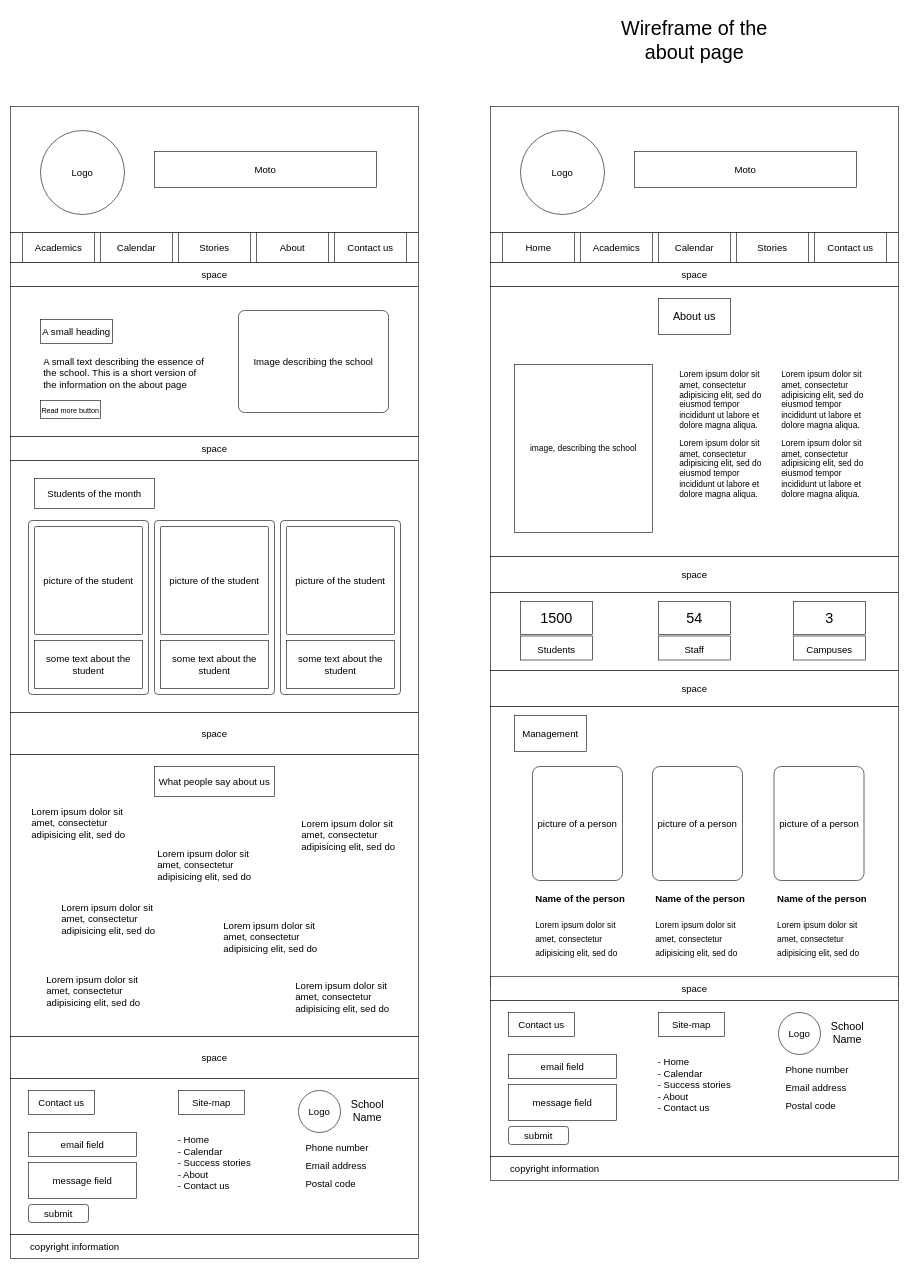
The draw.io diagram design/about_page_wireframe.drawio in sami-bre/UGR-0848-13, before the edit. Source tidied: cells renumbered, new cells numbered last; positions are measured from the earlier drawing's top-left corner, leaving out a move shared by most shapes. Both pictures are drawn from the tidied source at 60%, with x=0, y=0 at pixel (10, 10).
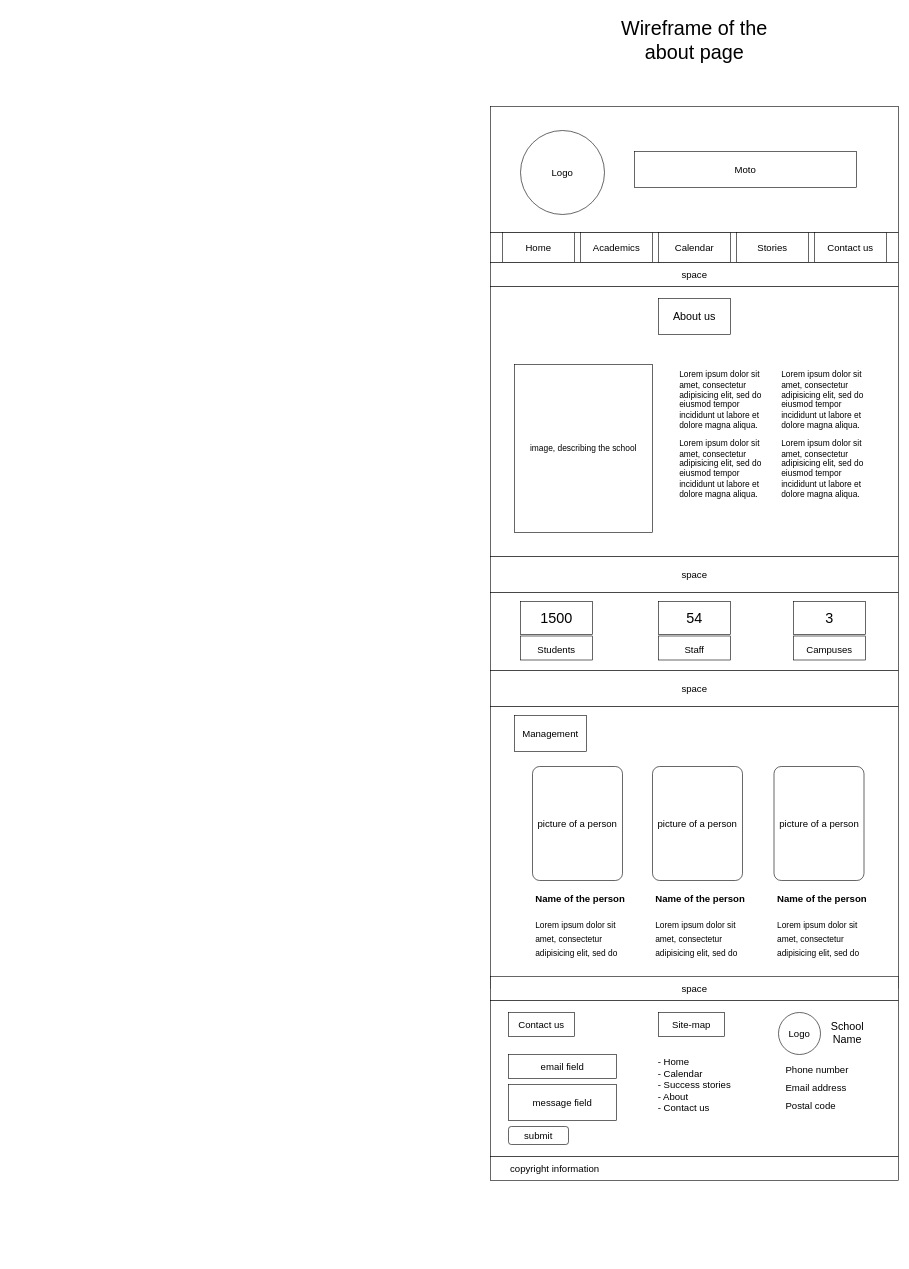
The same diagram, later.

What changed in the source:
```diff
@@
-    <mxCell id="2" style="rounded=0;whiteSpace=wrap;html=1;" parent="1" vertex="1">
-      <mxGeometry y="160" width="680" height="210" as="geometry" />
-    </mxCell>
-    <mxCell id="3" value="&lt;font style=&quot;font-size: 16px;&quot;&gt;Logo&lt;/font&gt;" style="ellipse;whiteSpace=wrap;html=1;" parent="1" vertex="1">
-      <mxGeometry x="50" y="200" width="140" height="140" as="geometry" />
-    </mxCell>
-    <mxCell id="4" value="Moto" style="rounded=0;whiteSpace=wrap;html=1;fontSize=16;" parent="1" vertex="1">
-      <mxGeometry x="240" y="235" width="370" height="60" as="geometry" />
-    </mxCell>
-    <mxCell id="5" style="rounded=0;whiteSpace=wrap;html=1;fontSize=16;" parent="1" vertex="1">
-      <mxGeometry y="370" width="680" height="50" as="geometry" />
-    </mxCell>
-    <mxCell id="6" value="Academics" style="rounded=0;whiteSpace=wrap;html=1;fontSize=16;" parent="1" vertex="1">
-      <mxGeometry x="20" y="370" width="120" height="50" as="geometry" />
-    </mxCell>
-    <mxCell id="7" value="Calendar" style="rounded=0;whiteSpace=wrap;html=1;fontSize=16;" parent="1" vertex="1">
-      <mxGeometry x="150" y="370" width="120" height="50" as="geometry" />
-    </mxCell>
-    <mxCell id="8" value="About" style="rounded=0;whiteSpace=wrap;html=1;fontSize=16;" parent="1" vertex="1">
-      <mxGeometry x="410" y="370" width="120" height="50" as="geometry" />
-    </mxCell>
-    <mxCell id="9" value="Contact us" style="rounded=0;whiteSpace=wrap;html=1;fontSize=16;" parent="1" vertex="1">
-      <mxGeometry x="540" y="370" width="120" height="50" as="geometry" />
-    </mxCell>
-    <mxCell id="10" style="rounded=0;whiteSpace=wrap;html=1;fontSize=16;" parent="1" vertex="1">
-      <mxGeometry y="460" width="680" height="250" as="geometry" />
-    </mxCell>
-    <mxCell id="11" value="Image describing the school" style="rounded=1;whiteSpace=wrap;html=1;fontSize=16;arcSize=6;" parent="1" vertex="1">
-      <mxGeometry x="380" y="500" width="250" height="170" as="geometry" />
-    </mxCell>
-    <mxCell id="12" value="space" style="rounded=0;whiteSpace=wrap;html=1;fontSize=16;" parent="1" vertex="1">
-      <mxGeometry y="420" width="680" height="40" as="geometry" />
-    </mxCell>
-    <mxCell id="13" value="&lt;p&gt;A small text describing the essence of the school. This is a short version of the information on the about page&lt;br&gt;&lt;/p&gt;" style="text;html=1;strokeColor=none;fillColor=none;spacing=5;spacingTop=-20;whiteSpace=wrap;overflow=hidden;rounded=0;fontSize=16;" parent="1" vertex="1">
-      <mxGeometry x="50" y="570" width="280" height="70" as="geometry" />
-    </mxCell>
-    <mxCell id="14" value="A small heading" style="rounded=0;whiteSpace=wrap;html=1;fontSize=16;" parent="1" vertex="1">
-      <mxGeometry x="50" y="515" width="120" height="40" as="geometry" />
-    </mxCell>
-    <mxCell id="15" value="&lt;font style=&quot;font-size: 12px;&quot;&gt;Read more button&lt;/font&gt;" style="rounded=0;whiteSpace=wrap;html=1;fontSize=16;" parent="1" vertex="1">
-      <mxGeometry x="50" y="650" width="100" height="30" as="geometry" />
-    </mxCell>
-    <mxCell id="16" style="rounded=0;whiteSpace=wrap;html=1;fontSize=12;" parent="1" vertex="1">
-      <mxGeometry y="750" width="680" height="420" as="geometry" />
-    </mxCell>
-    <mxCell id="17" value="&lt;font style=&quot;font-size: 16px;&quot;&gt;Students of the month&lt;/font&gt;" style="rounded=0;whiteSpace=wrap;html=1;fontSize=12;" parent="1" vertex="1">
-      <mxGeometry x="40" y="780" width="200" height="50" as="geometry" />
-    </mxCell>
-    <mxCell id="18" value="space" style="rounded=0;whiteSpace=wrap;html=1;fontSize=16;" parent="1" vertex="1">
-      <mxGeometry y="710" width="680" height="40" as="geometry" />
-    </mxCell>
-    <mxCell id="19" style="rounded=1;whiteSpace=wrap;html=1;fontSize=16;arcSize=3;" parent="1" vertex="1">
-      <mxGeometry x="30" y="850" width="200" height="290" as="geometry" />
-    </mxCell>
-    <mxCell id="20" value="picture of the student" style="rounded=1;whiteSpace=wrap;html=1;fontSize=16;arcSize=1;" parent="1" vertex="1">
-      <mxGeometry x="40" y="860" width="180" height="180" as="geometry" />
-    </mxCell>
-    <mxCell id="21" value="some text about the student" style="rounded=0;whiteSpace=wrap;html=1;fontSize=16;" parent="1" vertex="1">
-      <mxGeometry x="40" y="1050" width="180" height="80" as="geometry" />
-    </mxCell>
-    <mxCell id="22" style="rounded=1;whiteSpace=wrap;html=1;fontSize=16;arcSize=3;" parent="1" vertex="1">
-      <mxGeometry x="240" y="850" width="200" height="290" as="geometry" />
-    </mxCell>
-    <mxCell id="23" value="picture of the student" style="rounded=1;whiteSpace=wrap;html=1;fontSize=16;arcSize=1;" parent="1" vertex="1">
-      <mxGeometry x="250" y="860" width="180" height="180" as="geometry" />
-    </mxCell>
-    <mxCell id="24" value="some text about the student" style="rounded=0;whiteSpace=wrap;html=1;fontSize=16;" parent="1" vertex="1">
-      <mxGeometry x="250" y="1050" width="180" height="80" as="geometry" />
-    </mxCell>
-    <mxCell id="25" style="rounded=1;whiteSpace=wrap;html=1;fontSize=16;arcSize=3;" parent="1" vertex="1">
-      <mxGeometry x="450" y="850" width="200" height="290" as="geometry" />
-    </mxCell>
-    <mxCell id="26" value="picture of the student" style="rounded=1;whiteSpace=wrap;html=1;fontSize=16;arcSize=1;" parent="1" vertex="1">
-      <mxGeometry x="460" y="860" width="180" height="180" as="geometry" />
-    </mxCell>
-    <mxCell id="27" value="some text about the student" style="rounded=0;whiteSpace=wrap;html=1;fontSize=16;" parent="1" vertex="1">
-      <mxGeometry x="460" y="1050" width="180" height="80" as="geometry" />
-    </mxCell>
-    <mxCell id="28" value="space" style="rounded=0;whiteSpace=wrap;html=1;fontSize=16;" parent="1" vertex="1">
-      <mxGeometry y="1170" width="680" height="70" as="geometry" />
-    </mxCell>
-    <mxCell id="29" style="rounded=0;whiteSpace=wrap;html=1;fontSize=12;" parent="1" vertex="1">
-      <mxGeometry y="1240" width="680" height="470" as="geometry" />
-    </mxCell>
-    <mxCell id="30" value="&lt;font style=&quot;font-size: 16px;&quot;&gt;What people say about us&lt;/font&gt;" style="rounded=0;whiteSpace=wrap;html=1;fontSize=12;" parent="1" vertex="1">
-      <mxGeometry x="240" y="1260" width="200" height="50" as="geometry" />
-    </mxCell>
-    <mxCell id="31" value="&lt;p&gt;Lorem ipsum dolor sit amet, consectetur adipisicing elit, sed do &lt;br&gt;&lt;/p&gt;" style="text;html=1;strokeColor=none;fillColor=none;spacing=5;spacingTop=-20;whiteSpace=wrap;overflow=hidden;rounded=0;fontSize=16;" parent="1" vertex="1">
-      <mxGeometry x="30" y="1320" width="190" height="70" as="geometry" />
-    </mxCell>
-    <mxCell id="32" value="&lt;p&gt;Lorem ipsum dolor sit amet, consectetur adipisicing elit, sed do &lt;br&gt;&lt;/p&gt;" style="text;html=1;strokeColor=none;fillColor=none;spacing=5;spacingTop=-20;whiteSpace=wrap;overflow=hidden;rounded=0;fontSize=16;" parent="1" vertex="1">
-      <mxGeometry x="470" y="1610" width="190" height="70" as="geometry" />
-    </mxCell>
-    <mxCell id="33" value="&lt;p&gt;Lorem ipsum dolor sit amet, consectetur adipisicing elit, sed do &lt;br&gt;&lt;/p&gt;" style="text;html=1;strokeColor=none;fillColor=none;spacing=5;spacingTop=-20;whiteSpace=wrap;overflow=hidden;rounded=0;fontSize=16;" parent="1" vertex="1">
-      <mxGeometry x="240" y="1390" width="190" height="70" as="geometry" />
-    </mxCell>
-    <mxCell id="34" value="&lt;p&gt;Lorem ipsum dolor sit amet, consectetur adipisicing elit, sed do &lt;br&gt;&lt;/p&gt;" style="text;html=1;strokeColor=none;fillColor=none;spacing=5;spacingTop=-20;whiteSpace=wrap;overflow=hidden;rounded=0;fontSize=16;" parent="1" vertex="1">
-      <mxGeometry x="55" y="1600" width="190" height="70" as="geometry" />
-    </mxCell>
-    <mxCell id="35" value="&lt;p&gt;Lorem ipsum dolor sit amet, consectetur adipisicing elit, sed do &lt;br&gt;&lt;/p&gt;" style="text;html=1;strokeColor=none;fillColor=none;spacing=5;spacingTop=-20;whiteSpace=wrap;overflow=hidden;rounded=0;fontSize=16;" parent="1" vertex="1">
-      <mxGeometry x="480" y="1340" width="190" height="70" as="geometry" />
-    </mxCell>
-    <mxCell id="36" value="&lt;p&gt;Lorem ipsum dolor sit amet, consectetur adipisicing elit, sed do &lt;br&gt;&lt;/p&gt;" style="text;html=1;strokeColor=none;fillColor=none;spacing=5;spacingTop=-20;whiteSpace=wrap;overflow=hidden;rounded=0;fontSize=16;" parent="1" vertex="1">
-      <mxGeometry x="350" y="1510" width="190" height="70" as="geometry" />
-    </mxCell>
-    <mxCell id="37" value="&lt;p&gt;Lorem ipsum dolor sit amet, consectetur adipisicing elit, sed do &lt;br&gt;&lt;/p&gt;" style="text;html=1;strokeColor=none;fillColor=none;spacing=5;spacingTop=-20;whiteSpace=wrap;overflow=hidden;rounded=0;fontSize=16;" parent="1" vertex="1">
-      <mxGeometry x="80" y="1480" width="190" height="70" as="geometry" />
-    </mxCell>
-    <mxCell id="38" value="space" style="rounded=0;whiteSpace=wrap;html=1;fontSize=16;" parent="1" vertex="1">
-      <mxGeometry y="1710" width="680" height="70" as="geometry" />
-    </mxCell>
-    <mxCell id="39" style="rounded=0;whiteSpace=wrap;html=1;fontSize=16;" parent="1" vertex="1">
-      <mxGeometry y="1780" width="680" height="260" as="geometry" />
-    </mxCell>
-    <mxCell id="40" value="Contact us" style="rounded=0;whiteSpace=wrap;html=1;fontSize=16;" parent="1" vertex="1">
-      <mxGeometry x="30" y="1800" width="110" height="40" as="geometry" />
-    </mxCell>
-    <mxCell id="41" value="email field" style="rounded=0;whiteSpace=wrap;html=1;fontSize=16;" parent="1" vertex="1">
-      <mxGeometry x="30" y="1870" width="180" height="40" as="geometry" />
-    </mxCell>
-    <mxCell id="42" value="message field" style="rounded=0;whiteSpace=wrap;html=1;fontSize=16;" parent="1" vertex="1">
-      <mxGeometry x="30" y="1920" width="180" height="60" as="geometry" />
-    </mxCell>
-    <mxCell id="43" value="submit" style="rounded=1;whiteSpace=wrap;html=1;fontSize=16;" parent="1" vertex="1">
-      <mxGeometry x="30" y="1990" width="100" height="30" as="geometry" />
-    </mxCell>
-    <mxCell id="44" value="Site-map" style="rounded=0;whiteSpace=wrap;html=1;fontSize=16;" parent="1" vertex="1">
-      <mxGeometry x="280" y="1800" width="110" height="40" as="geometry" />
-    </mxCell>
-    <mxCell id="45" value="&lt;div align=&quot;left&quot;&gt;- Home&lt;/div&gt;&lt;div align=&quot;left&quot;&gt;- Calendar&lt;/div&gt;&lt;div align=&quot;left&quot;&gt;- Success stories&lt;br&gt;&lt;/div&gt;&lt;div align=&quot;left&quot;&gt;- About&lt;/div&gt;&lt;div align=&quot;left&quot;&gt;- Contact us&lt;/div&gt;&lt;div&gt;&lt;br&gt;&lt;/div&gt;&lt;div&gt;&lt;br&gt;&lt;/div&gt;" style="text;html=1;strokeColor=none;fillColor=none;align=center;verticalAlign=middle;whiteSpace=wrap;rounded=0;fontSize=16;" parent="1" vertex="1">
-      <mxGeometry x="270" y="1870" width="140" height="140" as="geometry" />
-    </mxCell>
-    <mxCell id="46" value="Logo" style="ellipse;whiteSpace=wrap;html=1;fontSize=16;" parent="1" vertex="1">
-      <mxGeometry x="480" y="1800" width="70" height="70" as="geometry" />
-    </mxCell>
-    <mxCell id="47" value="&lt;font style=&quot;font-size: 18px;&quot;&gt;School Name&lt;/font&gt;" style="text;html=1;strokeColor=none;fillColor=none;align=center;verticalAlign=middle;whiteSpace=wrap;rounded=0;fontSize=16;" parent="1" vertex="1">
-      <mxGeometry x="550" y="1805" width="90" height="60" as="geometry" />
-    </mxCell>
-    <mxCell id="48" value="&lt;div align=&quot;left&quot;&gt;&lt;font style=&quot;font-size: 16px;&quot;&gt;Phone number&lt;/font&gt;&lt;/div&gt;" style="text;html=1;strokeColor=none;fillColor=none;align=left;verticalAlign=middle;whiteSpace=wrap;rounded=0;fontSize=18;" parent="1" vertex="1">
-      <mxGeometry x="490" y="1880" width="135" height="30" as="geometry" />
-    </mxCell>
-    <mxCell id="49" value="&lt;div style=&quot;font-size: 16px;&quot; align=&quot;left&quot;&gt;&lt;font style=&quot;font-size: 16px;&quot;&gt;Email address&lt;br&gt;&lt;/font&gt;&lt;/div&gt;" style="text;html=1;strokeColor=none;fillColor=none;align=left;verticalAlign=middle;whiteSpace=wrap;rounded=0;fontSize=18;" parent="1" vertex="1">
-      <mxGeometry x="490" y="1910" width="135" height="30" as="geometry" />
-    </mxCell>
-    <mxCell id="50" value="&lt;font style=&quot;font-size: 16px;&quot;&gt;Postal code&lt;/font&gt;" style="text;html=1;strokeColor=none;fillColor=none;align=left;verticalAlign=middle;whiteSpace=wrap;rounded=0;fontSize=18;" parent="1" vertex="1">
-      <mxGeometry x="490" y="1940" width="135" height="30" as="geometry" />
-    </mxCell>
-    <mxCell id="51" value="&lt;div align=&quot;left&quot;&gt;&amp;nbsp;&amp;nbsp;&amp;nbsp;&amp;nbsp;&amp;nbsp;&amp;nbsp; copyright information&lt;br&gt;&lt;/div&gt;" style="rounded=0;whiteSpace=wrap;html=1;fontSize=16;align=left;" parent="1" vertex="1">
-      <mxGeometry y="2040" width="680" height="40" as="geometry" />
-    </mxCell>
@@
-    <mxCell id="53" value="Stories" style="rounded=0;whiteSpace=wrap;html=1;fontSize=16;" parent="1" vertex="1">
-      <mxGeometry x="280" y="370" width="120" height="50" as="geometry" />
-    </mxCell>
```
